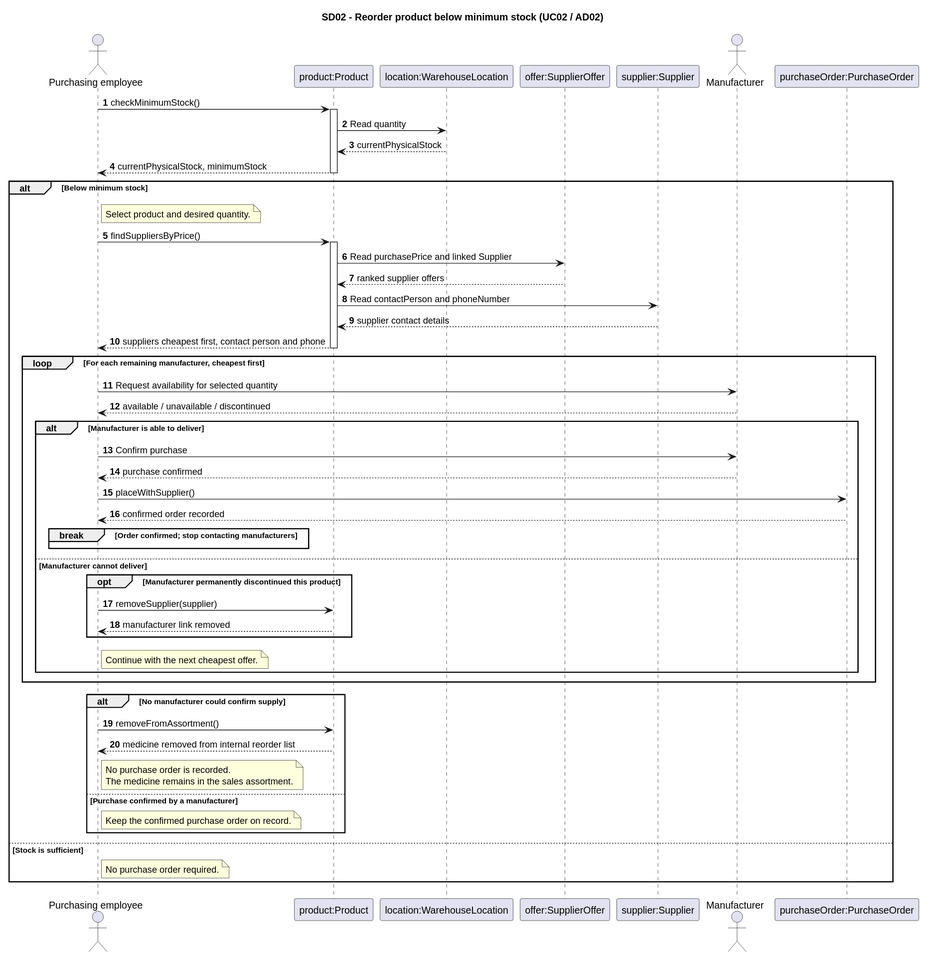
This is Documentation/Architecture/uml/export/sequence_diagrams/SD02_ProductNietOpVoorraad.svg from ViktorQorri/Project-Timaflu, a PlantUML export, as it was before one commit.
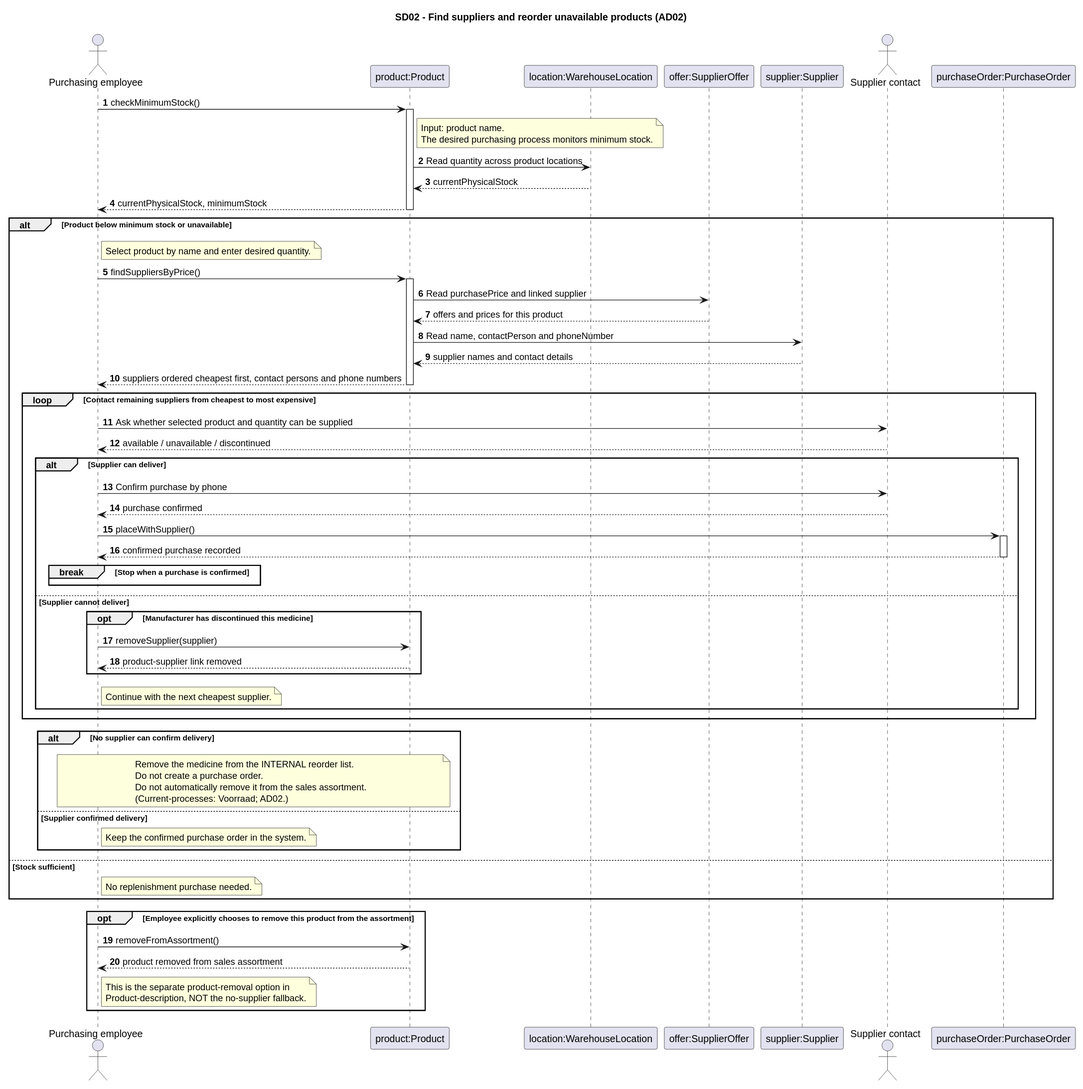
After the commit.

The edit, as a diff of the source:
```diff
@@ -1,58 +1,78 @@
 @startuml
-title SD02 - Reorder product below minimum stock (UC02 / AD02)
+title SD02 - Find suppliers and reorder unavailable products (AD02)
 autonumber
+
 actor "Purchasing employee" as Purchasing
 participant "product:Product" as Product
 participant "location:WarehouseLocation" as Location
 participant "offer:SupplierOffer" as Offer
 participant "supplier:Supplier" as Supplier
-actor "Manufacturer" as Manufacturer
+actor "Supplier contact" as SupplierContact
 participant "purchaseOrder:PurchaseOrder" as PurchaseOrder
+
 Purchasing -> Product: checkMinimumStock()
 activate Product
-Product -> Location: Read quantity
+note right of Product
+  Input: product name.
+  The desired purchasing process monitors minimum stock.
+end note
+Product -> Location: Read quantity across product locations
 Location --> Product: currentPhysicalStock
 Product --> Purchasing: currentPhysicalStock, minimumStock
 deactivate Product
-alt Below minimum stock
-  note right of Purchasing: Select product and desired quantity.
+
+alt Product below minimum stock or unavailable
+  note right of Purchasing: Select product by name and enter desired quantity.
   Purchasing -> Product: findSuppliersByPrice()
   activate Product
-  Product -> Offer: Read purchasePrice and linked Supplier
-  Offer --> Product: ranked supplier offers
-  Product -> Supplier: Read contactPerson and phoneNumber
-  Supplier --> Product: supplier contact details
-  Product --> Purchasing: suppliers cheapest first, contact person and phone
+  Product -> Offer: Read purchasePrice and linked supplier
+  Offer --> Product: offers and prices for this product
+  Product -> Supplier: Read name, contactPerson and phoneNumber
+  Supplier --> Product: supplier names and contact details
+  Product --> Purchasing: suppliers ordered cheapest first, contact persons and phone numbers
   deactivate Product
-  loop For each remaining manufacturer, cheapest first
-    Purchasing -> Manufacturer: Request availability for selected quantity
-    Manufacturer --> Purchasing: available / unavailable / discontinued
-    alt Manufacturer is able to deliver
-      Purchasing -> Manufacturer: Confirm purchase
-      Manufacturer --> Purchasing: purchase confirmed
+
+  loop Contact remaining suppliers from cheapest to most expensive
+    Purchasing -> SupplierContact: Ask whether selected product and quantity can be supplied
+    SupplierContact --> Purchasing: available / unavailable / discontinued
+    alt Supplier can deliver
+      Purchasing -> SupplierContact: Confirm purchase by phone
+      SupplierContact --> Purchasing: purchase confirmed
       Purchasing -> PurchaseOrder: placeWithSupplier()
-      PurchaseOrder --> Purchasing: confirmed order recorded
-      break Order confirmed; stop contacting manufacturers
+      activate PurchaseOrder
+      PurchaseOrder --> Purchasing: confirmed purchase recorded
+      deactivate PurchaseOrder
+      break Stop when a purchase is confirmed
       end
-    else Manufacturer cannot deliver
-      opt Manufacturer permanently discontinued this product
+    else Supplier cannot deliver
+      opt Manufacturer has discontinued this medicine
         Purchasing -> Product: removeSupplier(supplier)
-        Product --> Purchasing: manufacturer link removed
+        Product --> Purchasing: product-supplier link removed
       end
-      note right of Purchasing: Continue with the next cheapest offer.
+      note right of Purchasing: Continue with the next cheapest supplier.
     end
   end
-  alt No manufacturer could confirm supply
-    Purchasing -> Product: removeFromAssortment()
-    Product --> Purchasing: medicine removed from internal reorder list
-    note right of Purchasing
-      No purchase order is recorded.
-      The medicine remains in the sales assortment.
+
+  alt No supplier can confirm delivery
+    note over Purchasing, Product
+      Remove the medicine from the INTERNAL reorder list.
+      Do not create a purchase order.
+      Do not automatically remove it from the sales assortment.
+      (Current-processes: Voorraad; AD02.)
     end note
-  else Purchase confirmed by a manufacturer
-    note right of Purchasing: Keep the confirmed purchase order on record.
+  else Supplier confirmed delivery
+    note right of Purchasing: Keep the confirmed purchase order in the system.
   end
-else Stock is sufficient
-  note right of Purchasing: No purchase order required.
+else Stock sufficient
+  note right of Purchasing: No replenishment purchase needed.
+end
+
+opt Employee explicitly chooses to remove this product from the assortment
+  Purchasing -> Product: removeFromAssortment()
+  Product --> Purchasing: product removed from sales assortment
+  note right of Purchasing
+    This is the separate product-removal option in
+    Product-description, NOT the no-supplier fallback.
+  end note
 end
 @enduml
```
